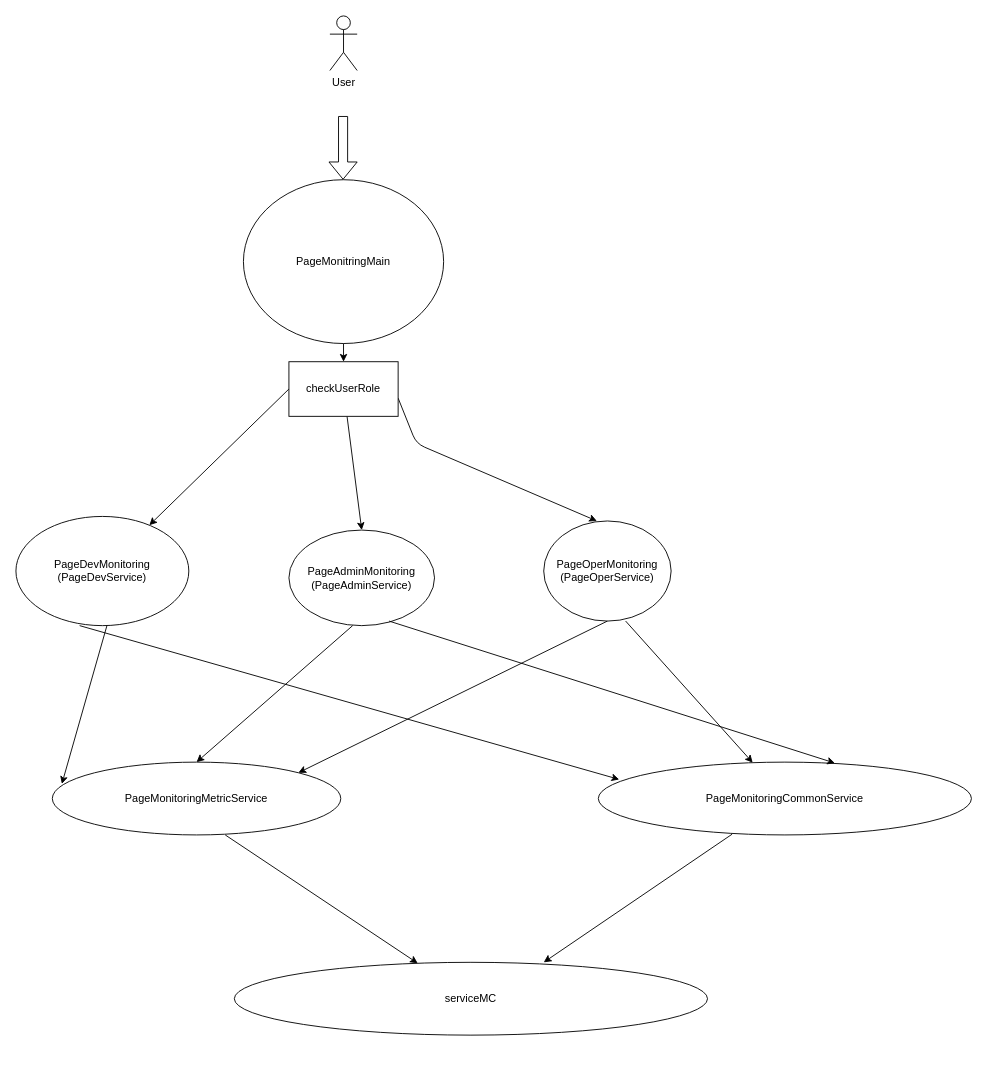
Earlier version of the draw.io diagram Untitled Diagram.drawio (kyungjoongo2/ninja). Source tidied: cells renumbered, new cells numbered last; positions are measured from the earlier drawing's top-left corner, leaving out a move shared by most shapes. Both pictures are drawn from the tidied source at 91%, with x=0, y=0 at pixel (15, 15).
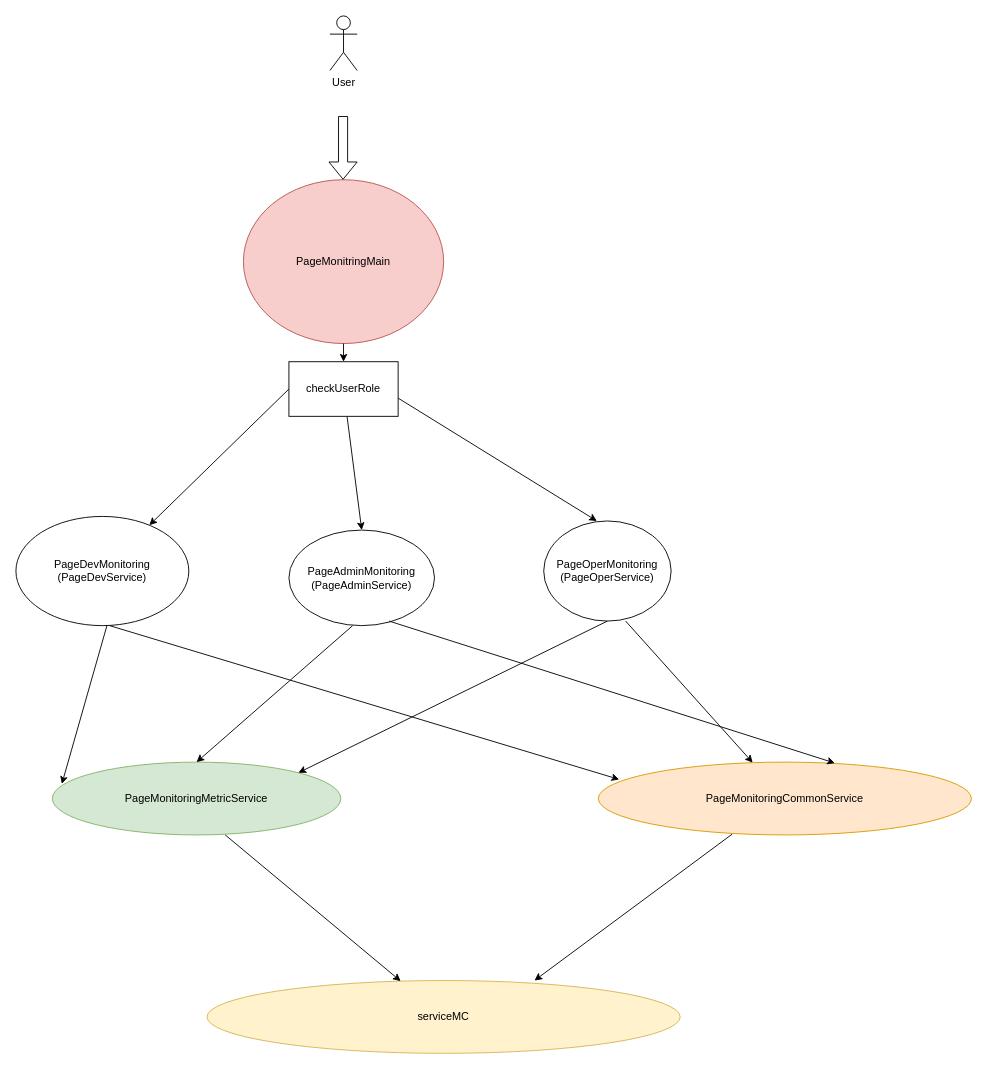
After the change.

The change refers to these unchanged cells:
```xml
<mxCell id="3" value="PageDevMonitoring&lt;br&gt;(PageDevService)" style="ellipse;whiteSpace=wrap;html=1;" parent="1" vertex="1">
  <mxGeometry y="550" width="190" height="120" as="geometry" />
</mxCell>
<mxCell id="5" value="&lt;span style=&quot;white-space: normal&quot;&gt;PageOperMonitoring&lt;br&gt;(PageOperService)&lt;br&gt;&lt;/span&gt;" style="ellipse;whiteSpace=wrap;html=1;" parent="1" vertex="1">
  <mxGeometry x="580" y="555" width="140" height="110" as="geometry" />
</mxCell>
```

Diff of the diagram source:
```diff
@@
-    <mxCell id="2" value="PageMonitringMain" style="ellipse;whiteSpace=wrap;html=1;" parent="1" vertex="1">
+    <mxCell id="2" value="PageMonitringMain" style="ellipse;whiteSpace=wrap;html=1;fillColor=#f8cecc;strokeColor=#b85450;" parent="1" vertex="1">
       <mxGeometry x="250" y="180" width="220" height="180" as="geometry" />
     </mxCell>
@@
     <mxCell id="6" style="endArrow=classic;html=1;entryX=0.417;entryY=0;entryDx=0;entryDy=0;entryPerimeter=0;" parent="1" edge="1" target="5">
       <mxGeometry relative="1" as="geometry">
         <mxPoint x="420" y="420" as="sourcePoint" />
-        <Array as="points">
-          <mxPoint x="440" y="470" />
-        </Array>
       </mxGeometry>
     </mxCell>
@@
-    <mxCell id="12" value="PageMonitoringMetricService" style="ellipse;whiteSpace=wrap;html=1;" parent="1" vertex="1">
+    <mxCell id="12" value="PageMonitoringMetricService" style="ellipse;whiteSpace=wrap;html=1;fillColor=#d5e8d4;strokeColor=#82b366;" parent="1" vertex="1">
       <mxGeometry x="40" y="820" width="317" height="80" as="geometry" />
     </mxCell>
-    <mxCell id="13" value="PageMonitoringCommonService" style="ellipse;whiteSpace=wrap;html=1;" parent="1" vertex="1">
+    <mxCell id="13" value="PageMonitoringCommonService" style="ellipse;whiteSpace=wrap;html=1;fillColor=#ffe6cc;strokeColor=#d79b00;" parent="1" vertex="1">
       <mxGeometry x="640" y="820" width="410" height="80" as="geometry" />
     </mxCell>
@@
-    <mxCell id="17" style="endArrow=classic;html=1;entryX=0.056;entryY=0.238;entryDx=0;entryDy=0;entryPerimeter=0;" parent="1" edge="1" target="13">
-      <mxGeometry relative="1" as="geometry">
-        <mxPoint x="70" y="670" as="sourcePoint" />
-      </mxGeometry>
+    <mxCell id="17" style="endArrow=classic;html=1;entryX=0.056;entryY=0.238;entryDx=0;entryDy=0;entryPerimeter=0;exitX=0.542;exitY=1;exitDx=0;exitDy=0;exitPerimeter=0;" parent="1" edge="1" source="3" target="13">
+      <mxGeometry relative="1" as="geometry" />
     </mxCell>
@@
-    <mxCell id="20" value="serviceMC" style="ellipse;whiteSpace=wrap;html=1;" parent="1" vertex="1">
-      <mxGeometry x="240" y="1040" width="520" height="80" as="geometry" />
+    <mxCell id="20" value="serviceMC" style="ellipse;whiteSpace=wrap;html=1;fillColor=#fff2cc;strokeColor=#d6b656;" parent="1" vertex="1">
+      <mxGeometry x="210" y="1060" width="520" height="80" as="geometry" />
     </mxCell>
@@
-    <mxCell id="22" style="endArrow=classic;html=1;" parent="1" edge="1">
+    <mxCell id="22" style="endArrow=classic;html=1;entryX=0.692;entryY=0;entryDx=0;entryDy=0;entryPerimeter=0;" parent="1" edge="1" target="20">
       <mxGeometry relative="1" as="geometry">
         <mxPoint x="787" y="899.2" as="sourcePoint" />
-        <mxPoint x="580" y="1040" as="targetPoint" />
       </mxGeometry>
     </mxCell>
```
